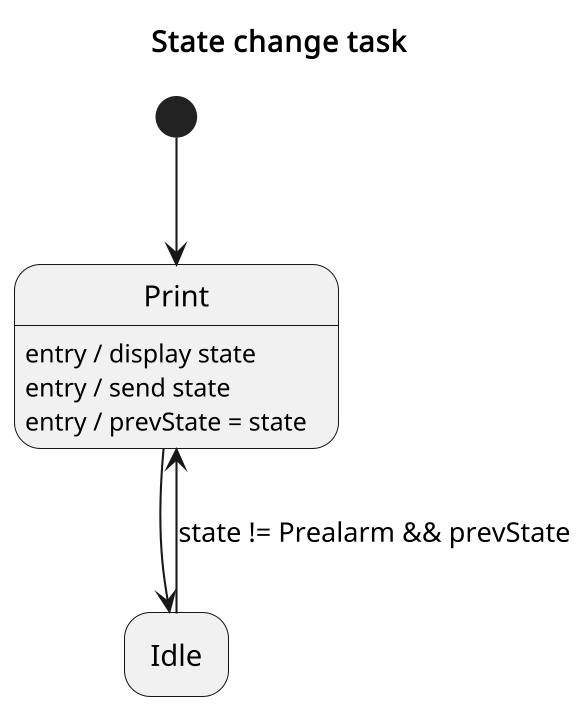
The PlantUML diagram assignments/02-sdh/doc/tasks/stateChange.png in the-real-deal/unibo-iot-didospita, before a commit.
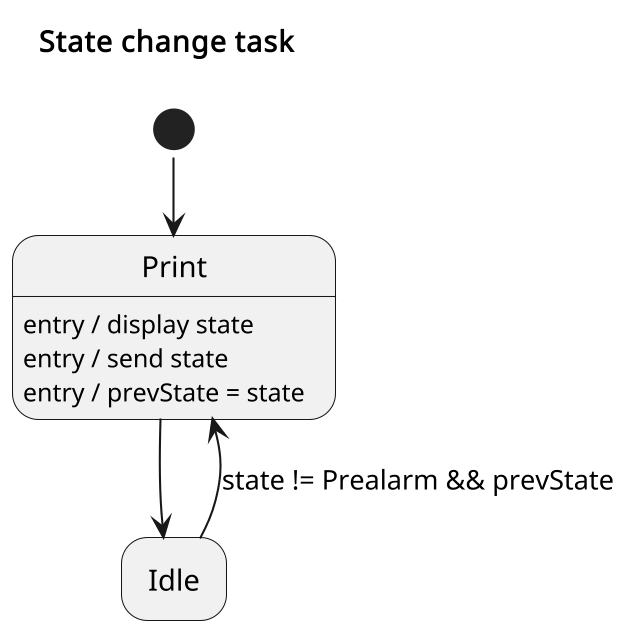
After the commit.

Diff of the diagram source:
```diff
@@ -1,5 +1,6 @@
 @startuml StateChangeTask
 skinparamlocked dpi 200
+!pragma layout smetana
 hide empty description
 
 title "State change task"
@@ -16,6 +17,7 @@
 start -d-> print
 
 print -d-> idle
+print -[hidden]d-> idle
 idle -u-> print : state != Prealarm && prevState
 
 @enduml
```
